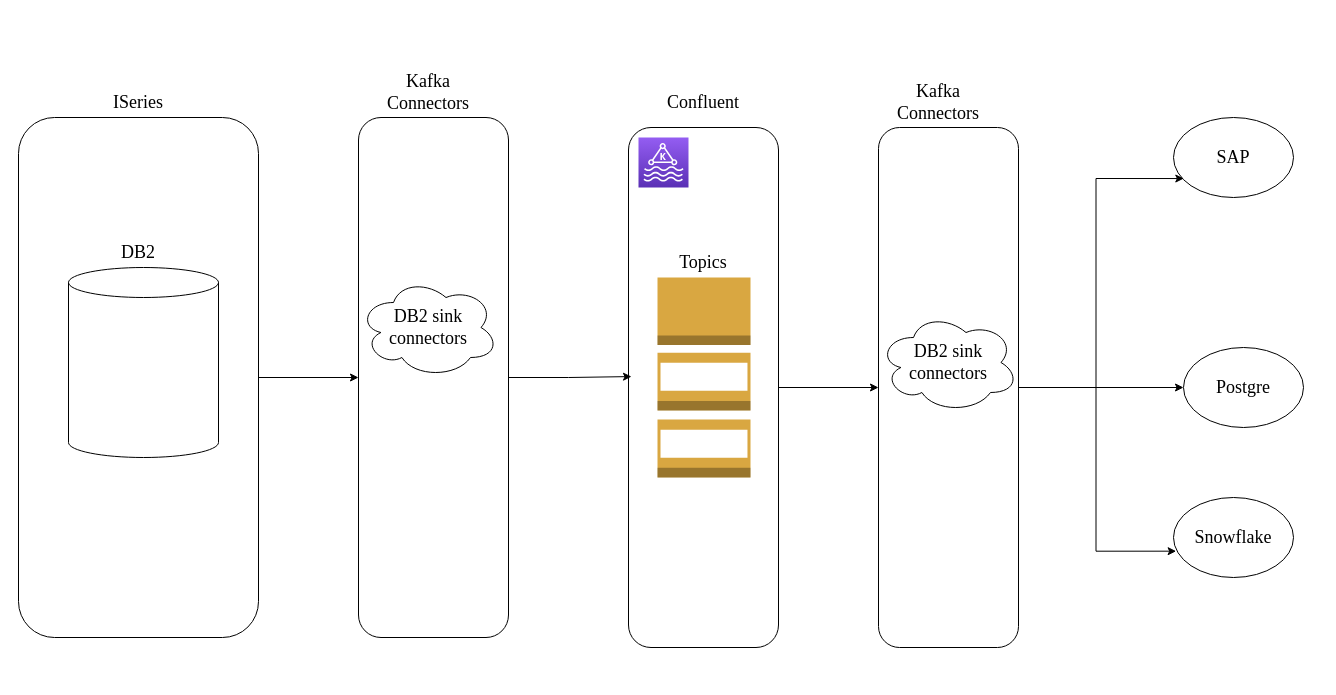
Earlier version of the draw.io diagram Fleet-Pride-Poc.drawio (namanchopra21087/design-documents). Source tidied: cells renumbered, new cells numbered last; positions are measured from the earlier drawing's top-left corner, leaving out a move shared by most shapes. Both pictures are drawn from the tidied source at 100%, with x=0, y=0 at pixel (18, 77).
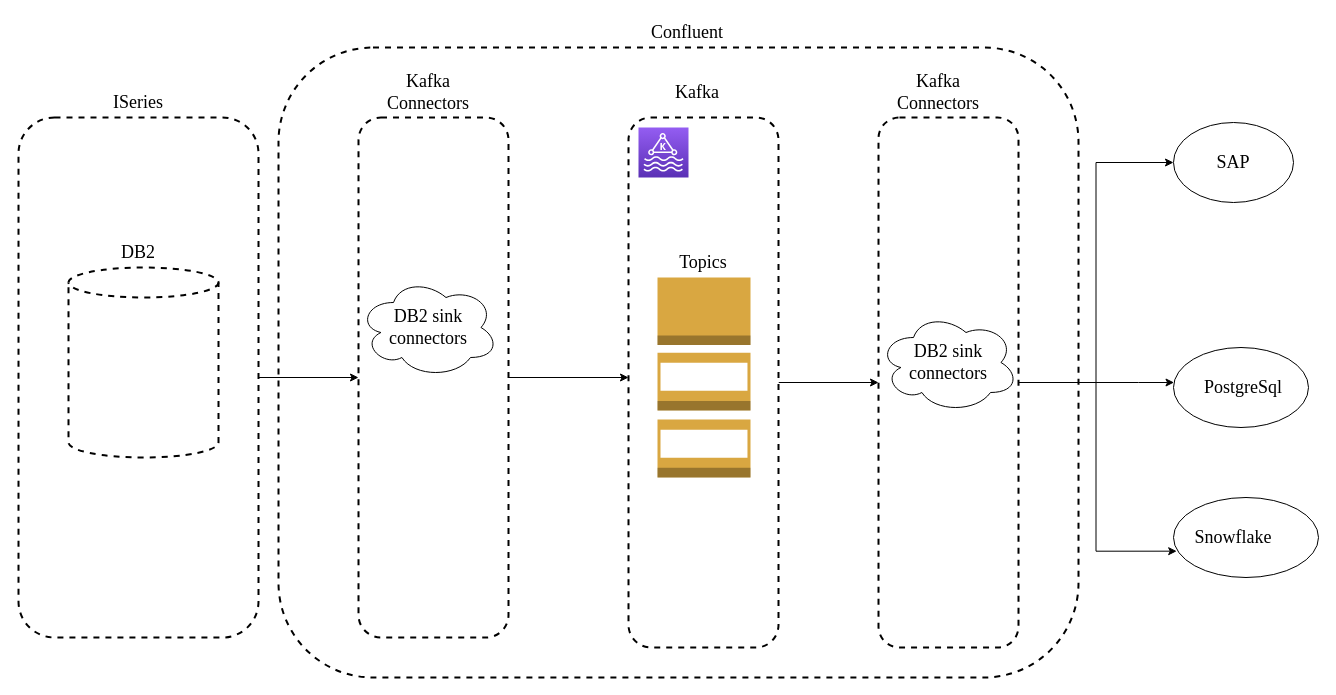
Above is the later version.

What changed in the source:
```diff
@@
+    <mxCell id="29" style="rounded=1;whiteSpace=wrap;html=1;dashed=1;strokeWidth=2;" parent="1" vertex="1">
+      <mxGeometry x="260" y="-30" width="800" height="630" as="geometry" />
+    </mxCell>
@@
-    <mxCell id="3" style="rounded=1;whiteSpace=wrap;html=1;" parent="1" vertex="1">
+    <mxCell id="3" style="rounded=1;whiteSpace=wrap;html=1;strokeWidth=2;dashed=1;" parent="1" vertex="1">
       <mxGeometry y="40" width="240" height="520" as="geometry" />
     </mxCell>
@@
-    <mxCell id="5" style="shape=cylinder3;whiteSpace=wrap;html=1;boundedLbl=1;backgroundOutline=1;size=15;" parent="1" vertex="1">
+    <mxCell id="5" style="shape=cylinder3;whiteSpace=wrap;html=1;boundedLbl=1;backgroundOutline=1;size=15;dashed=1;strokeWidth=2;" parent="1" vertex="1">
       <mxGeometry x="50" y="190" width="150" height="190" as="geometry" />
     </mxCell>
@@
-    <mxCell id="8" style="rounded=1;whiteSpace=wrap;html=1;" parent="1" vertex="1">
-      <mxGeometry x="610" y="50" width="150" height="520" as="geometry" />
+    <mxCell id="8" style="rounded=1;whiteSpace=wrap;html=1;strokeWidth=2;dashed=1;" parent="1" vertex="1">
+      <mxGeometry x="610" y="40" width="150" height="530" as="geometry" />
     </mxCell>
     <mxCell id="9" value="&lt;font style=&quot;font-size: 18px;&quot; face=&quot;Times New Roman&quot;&gt;Confluent&lt;/font&gt;" style="text;html=1;strokeColor=none;fillColor=none;align=center;verticalAlign=middle;whiteSpace=wrap;rounded=0;" parent="1" vertex="1">
-      <mxGeometry x="655" y="10" width="60" height="30" as="geometry" />
+      <mxGeometry x="639" y="-60" width="60" height="30" as="geometry" />
     </mxCell>
     <mxCell id="10" style="sketch=0;fontColor=#232F3E;gradientColor=#945DF2;gradientDirection=north;fillColor=#5A30B5;strokeColor=#ffffff;dashed=0;verticalLabelPosition=bottom;verticalAlign=top;align=center;html=1;fontSize=12;fontStyle=0;shape=mxgraph.aws4.resourceIcon;resIcon=mxgraph.aws4.managed_streaming_for_kafka;" parent="1" vertex="1">
-      <mxGeometry x="620" y="60" width="50" height="50" as="geometry" />
+      <mxGeometry x="620" y="50" width="50" height="50" as="geometry" />
     </mxCell>
-    <mxCell id="11" style="edgeStyle=orthogonalEdgeStyle;rounded=0;jettySize=auto;html=1;entryX=0.02;entryY=0.479;entryDx=0;entryDy=0;entryPerimeter=0;" parent="1" edge="1" source="12" target="8">
-      <mxGeometry relative="1" as="geometry" />
-    </mxCell>
+    <mxCell id="30" style="edgeStyle=orthogonalEdgeStyle;rounded=0;jettySize=auto;html=1;" parent="1" edge="1" source="12">
+      <mxGeometry relative="1" as="geometry">
+        <mxPoint x="610" y="300" as="targetPoint" />
+        <Array as="points">
+          <mxPoint x="610" y="300" />
+        </Array>
+      </mxGeometry>
+    </mxCell>
-    <mxCell id="12" style="rounded=1;whiteSpace=wrap;html=1;" parent="1" vertex="1">
+    <mxCell id="12" style="rounded=1;whiteSpace=wrap;html=1;strokeWidth=2;dashed=1;" parent="1" vertex="1">
       <mxGeometry x="340" y="40" width="150" height="520" as="geometry" />
     </mxCell>
@@
     <mxCell id="16" style="ellipse;whiteSpace=wrap;html=1;" parent="1" vertex="1">
-      <mxGeometry x="1155" y="40" width="120" height="80" as="geometry" />
+      <mxGeometry x="1155" y="45" width="120" height="80" as="geometry" />
     </mxCell>
     <mxCell id="17" style="ellipse;whiteSpace=wrap;html=1;" parent="1" vertex="1">
-      <mxGeometry x="1155" y="420" width="120" height="80" as="geometry" />
+      <mxGeometry x="1155" y="420" width="145" height="80" as="geometry" />
     </mxCell>
@@
     <mxCell id="19" value="&lt;font style=&quot;font-size: 18px;&quot; face=&quot;Times New Roman&quot;&gt;SAP&lt;/font&gt;" style="text;html=1;strokeColor=none;fillColor=none;align=center;verticalAlign=middle;whiteSpace=wrap;rounded=0;" parent="1" vertex="1">
-      <mxGeometry x="1185" y="65" width="60" height="30" as="geometry" />
+      <mxGeometry x="1185" y="70" width="60" height="30" as="geometry" />
     </mxCell>
@@
     <mxCell id="21" value="&lt;font face=&quot;Times New Roman&quot; style=&quot;font-size: 18px;&quot;&gt;Kafka Connectors&lt;/font&gt;" style="text;html=1;strokeColor=none;fillColor=none;align=center;verticalAlign=middle;whiteSpace=wrap;rounded=0;" parent="1" vertex="1">
-      <mxGeometry x="890" y="10" width="60" height="30" as="geometry" />
+      <mxGeometry x="890" width="60" height="30" as="geometry" />
     </mxCell>
-    <mxCell id="22" style="edgeStyle=orthogonalEdgeStyle;rounded=0;jettySize=auto;html=1;entryX=0.086;entryY=0.763;entryDx=0;entryDy=0;entryPerimeter=0;" parent="1" edge="1" source="25" target="16">
+    <mxCell id="22" style="edgeStyle=orthogonalEdgeStyle;rounded=0;jettySize=auto;html=1;entryX=0;entryY=0.5;entryDx=0;entryDy=0;" parent="1" edge="1" source="25" target="16">
       <mxGeometry relative="1" as="geometry" />
     </mxCell>
@@
     <mxCell id="24" style="edgeStyle=orthogonalEdgeStyle;rounded=0;jettySize=auto;html=1;" parent="1" edge="1" source="25" target="27">
-      <mxGeometry relative="1" as="geometry" />
+      <mxGeometry relative="1" as="geometry">
+        <Array as="points">
+          <mxPoint x="1120" y="305" />
+          <mxPoint x="1120" y="305" />
+        </Array>
+      </mxGeometry>
     </mxCell>
-    <mxCell id="25" style="rounded=1;whiteSpace=wrap;html=1;" parent="1" vertex="1">
-      <mxGeometry x="860" y="50" width="140" height="520" as="geometry" />
+    <mxCell id="25" style="rounded=1;whiteSpace=wrap;html=1;strokeWidth=2;dashed=1;" parent="1" vertex="1">
+      <mxGeometry x="860" y="40" width="140" height="530" as="geometry" />
     </mxCell>
@@
     <mxCell id="27" style="ellipse;whiteSpace=wrap;html=1;" parent="1" vertex="1">
-      <mxGeometry x="1165" y="270" width="120" height="80" as="geometry" />
+      <mxGeometry x="1155" y="270" width="135" height="80" as="geometry" />
     </mxCell>
-    <mxCell id="28" value="&lt;font style=&quot;font-size: 18px;&quot; face=&quot;Times New Roman&quot;&gt;Postgre&lt;/font&gt;" style="text;html=1;strokeColor=none;fillColor=none;align=center;verticalAlign=middle;whiteSpace=wrap;rounded=0;" parent="1" vertex="1">
+    <mxCell id="28" value="&lt;font style=&quot;font-size: 18px;&quot; face=&quot;Times New Roman&quot;&gt;PostgreSql&lt;/font&gt;" style="text;html=1;strokeColor=none;fillColor=none;align=center;verticalAlign=middle;whiteSpace=wrap;rounded=0;" parent="1" vertex="1">
       <mxGeometry x="1195" y="295" width="60" height="30" as="geometry" />
     </mxCell>
+    <mxCell id="31" value="&lt;font style=&quot;font-size: 18px;&quot; face=&quot;Times New Roman&quot;&gt;Kafka&lt;/font&gt;" style="text;html=1;strokeColor=none;fillColor=none;align=center;verticalAlign=middle;whiteSpace=wrap;rounded=0;" parent="1" vertex="1">
+      <mxGeometry x="649" width="60" height="30" as="geometry" />
+    </mxCell>
```
